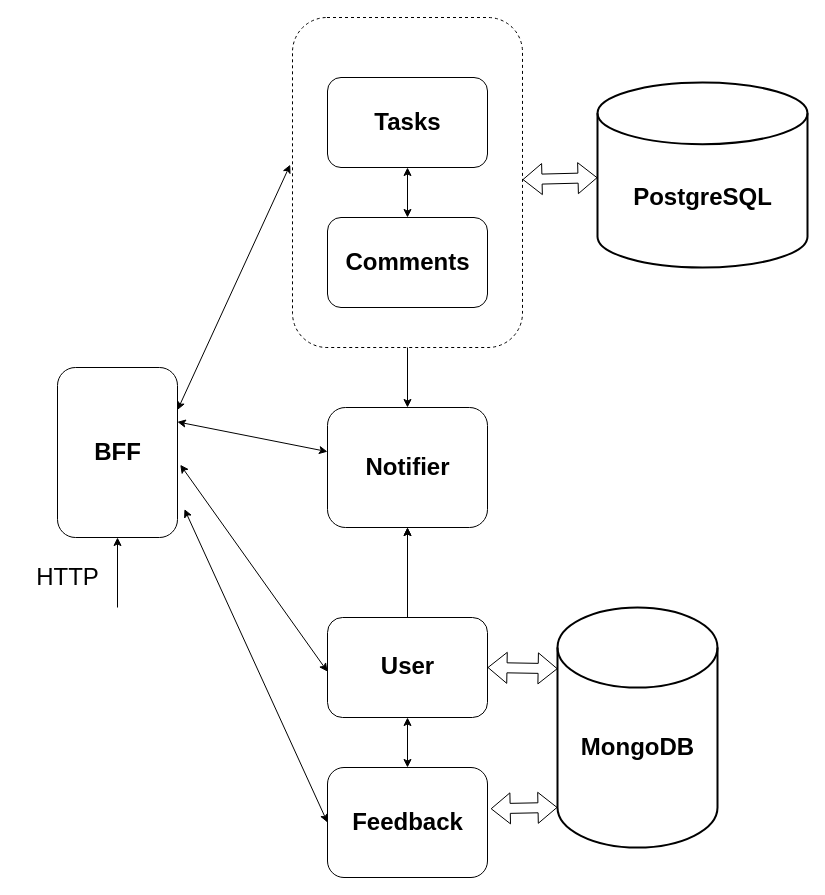
Before: specification.drawio in htmlacademy-nestjs/2024731-taskforce-2, a draw.io diagram. Source tidied: cells renumbered, new cells numbered last; positions are measured from the earlier drawing's top-left corner, leaving out a move shared by most shapes. Both pictures are drawn from the tidied source at 100%, with x=0, y=0 at pixel (17, 17).
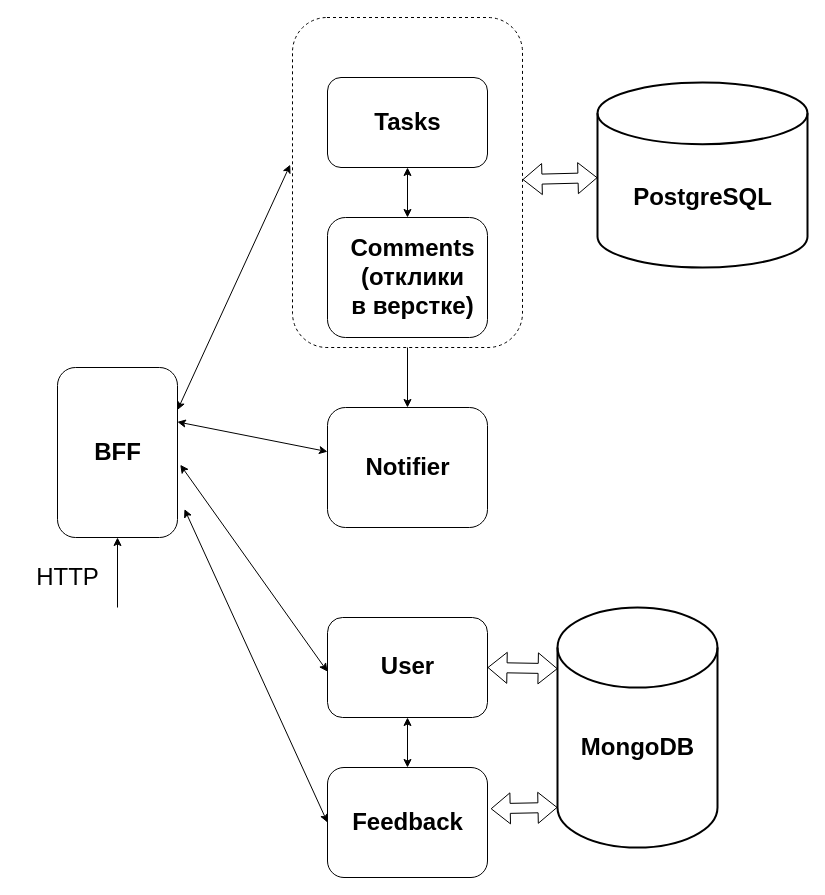
The same diagram, later.

Commit message:
корректировки схемы

Unchanged cells that the change refers to:
```xml
<mxCell id="6" style="rounded=1;whiteSpace=wrap;html=1;" parent="1" vertex="1">
  <mxGeometry x="310" y="600" width="160" height="100" as="geometry" />
</mxCell>
<mxCell id="21" style="rounded=1;whiteSpace=wrap;html=1;fillColor=none;" parent="1" vertex="1">
  <mxGeometry x="310" y="390" width="160" height="120" as="geometry" />
</mxCell>
```

What changed in the source:
```diff
@@
     <mxCell id="4" style="rounded=1;whiteSpace=wrap;html=1;" parent="1" vertex="1">
-      <mxGeometry x="310" y="200" width="160" height="90" as="geometry" />
+      <mxGeometry x="310" y="200" width="160" height="120" as="geometry" />
     </mxCell>
-    <mxCell id="5" style="edgeStyle=orthogonalEdgeStyle;rounded=0;jettySize=auto;html=1;" parent="1" edge="1" source="6" target="21">
-      <mxGeometry relative="1" as="geometry" />
-    </mxCell>
@@
-    <mxCell id="11" value="Comments" style="text;strokeColor=none;fillColor=none;html=1;fontSize=24;fontStyle=1;verticalAlign=middle;align=center;" parent="1" vertex="1">
-      <mxGeometry x="340" y="220" width="100" height="50" as="geometry" />
+    <mxCell id="11" value="Comments&lt;br&gt;(отклики &lt;br&gt;в верстке)" style="text;strokeColor=none;fillColor=none;html=1;fontSize=24;fontStyle=1;verticalAlign=middle;align=center;" parent="1" vertex="1">
+      <mxGeometry x="330" y="210" width="130" height="100" as="geometry" />
     </mxCell>
@@
-    <mxCell id="23" style="endArrow=classic;html=1;rounded=0;" parent="1" edge="1" target="21">
-      <mxGeometry relative="1" as="geometry">
-        <mxPoint x="390" y="600" as="sourcePoint" />
-      </mxGeometry>
-    </mxCell>
```
